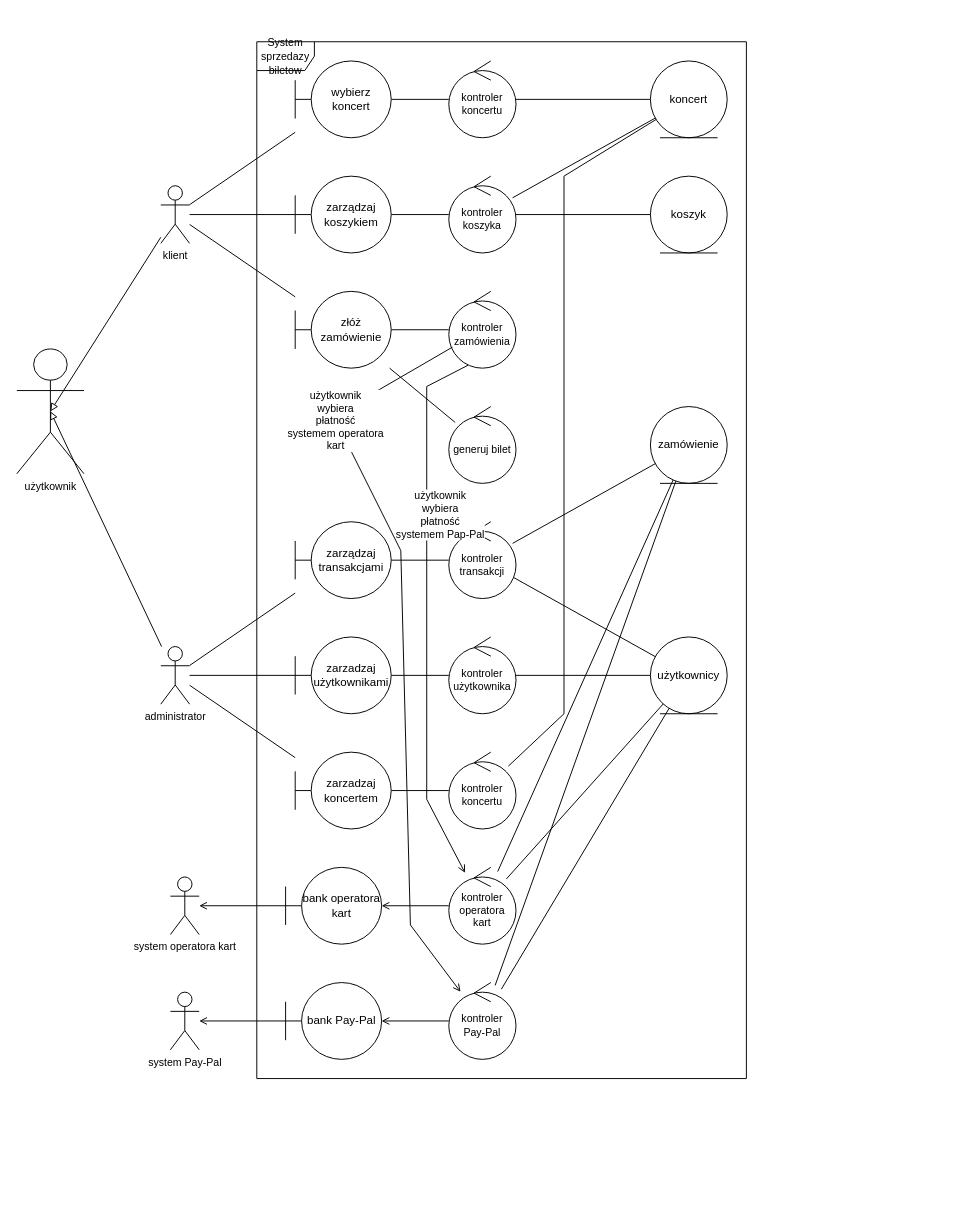
Above: page "poprawny" (2 of 4) of diagram_analityczny.drawio in imgres2002/projekt_PSI (draw.io), before the change. Source tidied: cells renumbered, new cells numbered last; positions are measured from the earlier drawing's top-left corner, leaving out a move shared by most shapes. Both pictures are drawn from the tidied source at 96%, with x=0, y=0 at pixel (16, 41).
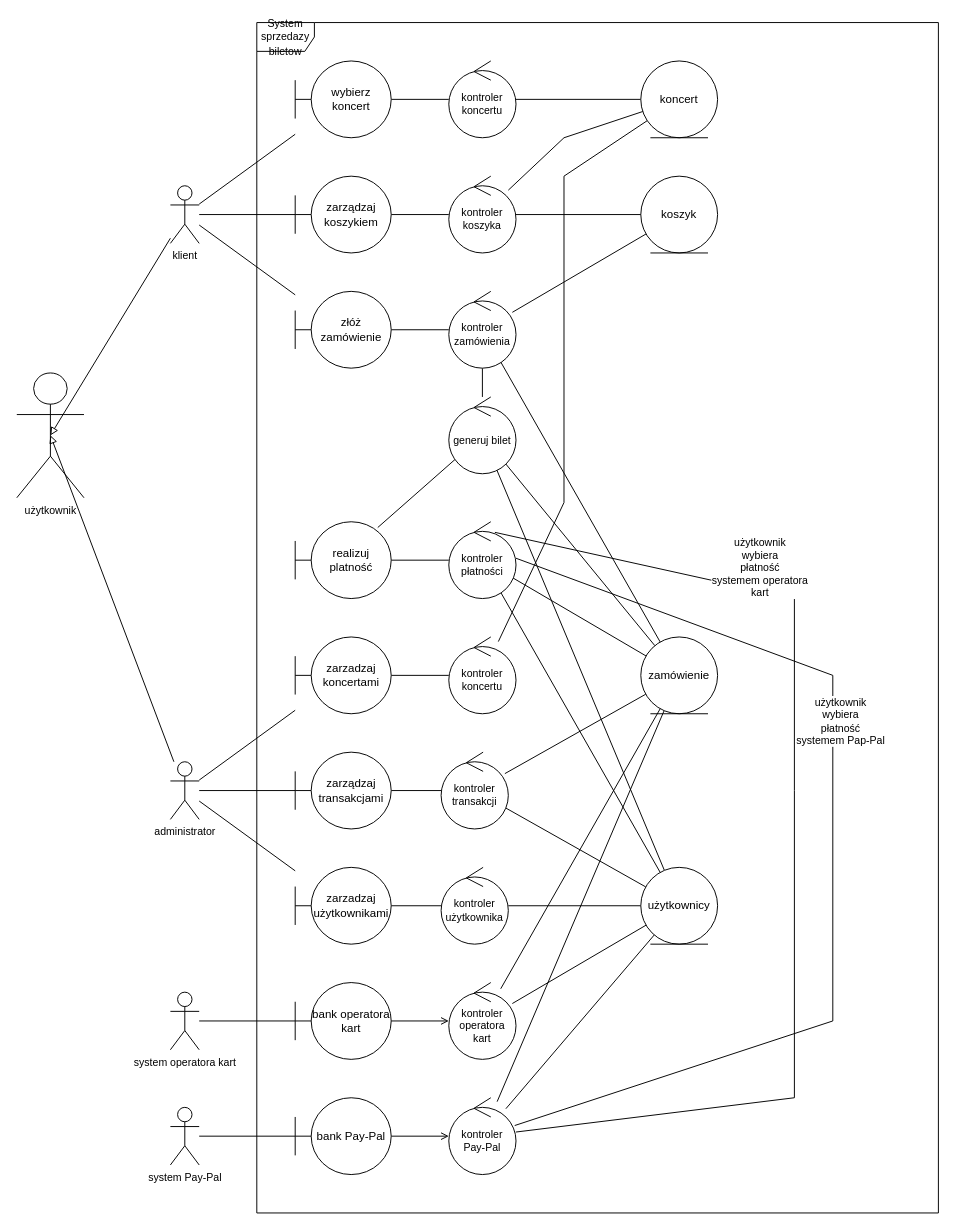
The same diagram, later.

Unchanged cells that the change refers to:
```xml
<mxCell id="14" value="złóż zamówienie" style="shape=umlBoundary;whiteSpace=wrap;html=1;" parent="1" vertex="1">
  <mxGeometry x="290" y="260" width="100" height="80" as="geometry" />
</mxCell>
<mxCell id="15" value="kontroler zamówienia" style="ellipse;shape=umlControl;whiteSpace=wrap;html=1;fontFamily=Helvetica;fontSize=11;fontColor=default;" parent="1" vertex="1">
  <mxGeometry x="450" y="260" width="70" height="80" as="geometry" />
</mxCell>
<mxCell id="30" value="kontroler koszyka" style="ellipse;shape=umlControl;whiteSpace=wrap;html=1;fontFamily=Helvetica;fontSize=11;fontColor=default;" parent="1" vertex="1">
  <mxGeometry x="450" y="140" width="70" height="80" as="geometry" />
</mxCell>
```

What changed in the source:
```diff
@@
     <mxCell id="8" value="klient" style="shape=umlActor;verticalLabelPosition=bottom;verticalAlign=top;html=1;fontFamily=Helvetica;fontSize=11;fontColor=default;" parent="1" vertex="1">
-      <mxGeometry x="150" y="150" width="30" height="60" as="geometry" />
+      <mxGeometry x="160" y="150" width="30" height="60" as="geometry" />
     </mxCell>
@@
     <mxCell id="11" value="koncert" style="ellipse;shape=umlEntity;whiteSpace=wrap;html=1;" parent="1" vertex="1">
-      <mxGeometry x="660" y="20" width="80" height="80" as="geometry" />
+      <mxGeometry x="650" y="20" width="80" height="80" as="geometry" />
     </mxCell>
@@
-    <mxCell id="13" style="rounded=0;jettySize=auto;html=1;endArrow=none;endFill=0;" parent="1" edge="1" source="14" target="19">
-      <mxGeometry relative="1" as="geometry" />
-    </mxCell>
@@
+    <mxCell id="63" style="edgeStyle=none;shape=connector;rounded=0;jettySize=auto;html=1;labelBackgroundColor=default;strokeColor=default;fontFamily=Helvetica;fontSize=11;fontColor=default;endArrow=none;endFill=0;" parent="1" edge="1" source="15" target="20">
+      <mxGeometry relative="1" as="geometry" />
+    </mxCell>
+    <mxCell id="64" style="edgeStyle=none;shape=connector;rounded=0;jettySize=auto;html=1;labelBackgroundColor=default;strokeColor=default;fontFamily=Helvetica;fontSize=11;fontColor=default;endArrow=none;endFill=0;" parent="1" edge="1" source="15" target="19">
+      <mxGeometry relative="1" as="geometry" />
+    </mxCell>
+    <mxCell id="65" style="edgeStyle=none;shape=connector;rounded=0;jettySize=auto;html=1;labelBackgroundColor=default;strokeColor=default;fontFamily=Helvetica;fontSize=11;fontColor=default;endArrow=none;endFill=0;" parent="1" edge="1" source="15" target="21">
+      <mxGeometry relative="1" as="geometry" />
+    </mxCell>
@@
     <mxCell id="18" value="kontroler transakcji" style="ellipse;shape=umlControl;whiteSpace=wrap;html=1;fontFamily=Helvetica;fontSize=11;fontColor=default;" parent="1" vertex="1">
-      <mxGeometry x="450" y="500" width="70" height="80" as="geometry" />
+      <mxGeometry x="442" y="740" width="70" height="80" as="geometry" />
     </mxCell>
+    <mxCell id="66" style="edgeStyle=none;shape=connector;rounded=0;jettySize=auto;html=1;labelBackgroundColor=default;strokeColor=default;fontFamily=Helvetica;fontSize=11;fontColor=default;endArrow=none;endFill=0;" parent="1" edge="1" source="19" target="20">
+      <mxGeometry relative="1" as="geometry" />
+    </mxCell>
+    <mxCell id="67" style="edgeStyle=none;shape=connector;rounded=0;jettySize=auto;html=1;labelBackgroundColor=default;strokeColor=default;fontFamily=Helvetica;fontSize=11;fontColor=default;endArrow=none;endFill=0;entryX=0.86;entryY=0.075;entryDx=0;entryDy=0;entryPerimeter=0;" parent="1" edge="1" source="19" target="70">
+      <mxGeometry relative="1" as="geometry" />
+    </mxCell>
+    <mxCell id="68" style="rounded=0;jettySize=auto;html=1;endArrow=none;endFill=0;" parent="1" edge="1" source="19" target="43">
+      <mxGeometry relative="1" as="geometry" />
+    </mxCell>
     <mxCell id="19" value="generuj bilet" style="ellipse;shape=umlControl;whiteSpace=wrap;html=1;fontFamily=Helvetica;fontSize=11;fontColor=default;" parent="1" vertex="1">
-      <mxGeometry x="450" y="380" width="70" height="80" as="geometry" />
+      <mxGeometry x="450" y="370" width="70" height="80" as="geometry" />
     </mxCell>
     <mxCell id="20" value="zamówienie" style="ellipse;shape=umlEntity;whiteSpace=wrap;html=1;" parent="1" vertex="1">
-      <mxGeometry x="660" y="380" width="80" height="80" as="geometry" />
+      <mxGeometry x="650" y="620" width="80" height="80" as="geometry" />
     </mxCell>
     <mxCell id="21" value="koszyk" style="ellipse;shape=umlEntity;whiteSpace=wrap;html=1;" parent="1" vertex="1">
-      <mxGeometry x="660" y="140" width="80" height="80" as="geometry" />
+      <mxGeometry x="650" y="140" width="80" height="80" as="geometry" />
     </mxCell>
@@
     <mxCell id="25" value="zarzadzaj użytkownikami" style="shape=umlBoundary;whiteSpace=wrap;html=1;" parent="1" vertex="1">
-      <mxGeometry x="290" y="620" width="100" height="80" as="geometry" />
+      <mxGeometry x="290" y="860" width="100" height="80" as="geometry" />
     </mxCell>
@@
-    <mxCell id="27" value="zarzadzaj koncertem" style="shape=umlBoundary;whiteSpace=wrap;html=1;" parent="1" vertex="1">
-      <mxGeometry x="290" y="740" width="100" height="80" as="geometry" />
+    <mxCell id="27" value="zarzadzaj koncertami" style="shape=umlBoundary;whiteSpace=wrap;html=1;" parent="1" vertex="1">
+      <mxGeometry x="290" y="620" width="100" height="80" as="geometry" />
     </mxCell>
@@
-    <mxCell id="29" style="rounded=0;jettySize=auto;html=1;endArrow=none;endFill=0;" parent="1" edge="1" source="30" target="11">
-      <mxGeometry relative="1" as="geometry" />
+    <mxCell id="29" style="edgeStyle=none;shape=connector;rounded=0;jettySize=auto;html=1;labelBackgroundColor=default;strokeColor=default;fontFamily=Helvetica;fontSize=11;fontColor=default;endArrow=none;endFill=0;" parent="1" edge="1" source="30" target="11">
+      <mxGeometry relative="1" as="geometry">
+        <Array as="points">
+          <mxPoint x="570" y="100" />
+        </Array>
+      </mxGeometry>
     </mxCell>
@@
     <mxCell id="32" value="zarządzaj transakcjami" style="shape=umlBoundary;whiteSpace=wrap;html=1;" parent="1" vertex="1">
-      <mxGeometry x="290" y="500" width="100" height="80" as="geometry" />
+      <mxGeometry x="290" y="740" width="100" height="80" as="geometry" />
     </mxCell>
@@
     <mxCell id="34" value="kontroler użytkownika" style="ellipse;shape=umlControl;whiteSpace=wrap;html=1;fontFamily=Helvetica;fontSize=11;fontColor=default;" parent="1" vertex="1">
-      <mxGeometry x="450" y="620" width="70" height="80" as="geometry" />
+      <mxGeometry x="442" y="860" width="70" height="80" as="geometry" />
     </mxCell>
     <mxCell id="35" style="edgeStyle=none;shape=connector;rounded=0;jettySize=auto;html=1;labelBackgroundColor=default;strokeColor=default;fontFamily=Helvetica;fontSize=11;fontColor=default;endArrow=none;endFill=0;" parent="1" edge="1" source="36" target="11">
       <mxGeometry relative="1" as="geometry">
         <Array as="points">
-          <mxPoint x="570" y="700" />
+          <mxPoint x="570" y="480" />
           <mxPoint x="570" y="140" />
         </Array>
       </mxGeometry>
     </mxCell>
     <mxCell id="36" value="kontroler koncertu" style="ellipse;shape=umlControl;whiteSpace=wrap;html=1;fontFamily=Helvetica;fontSize=11;fontColor=default;" parent="1" vertex="1">
-      <mxGeometry x="450" y="740" width="70" height="80" as="geometry" />
+      <mxGeometry x="450" y="620" width="70" height="80" as="geometry" />
     </mxCell>
     <mxCell id="37" value="użytkownik" style="shape=umlActor;verticalLabelPosition=bottom;verticalAlign=top;html=1;outlineConnect=0;fontFamily=Helvetica;fontSize=11;fontColor=default;" parent="1" vertex="1">
-      <mxGeometry y="320" width="70" height="130" as="geometry" />
+      <mxGeometry y="345" width="70" height="130" as="geometry" />
     </mxCell>
@@
     <mxCell id="42" value="administrator" style="shape=umlActor;verticalLabelPosition=bottom;verticalAlign=top;html=1;outlineConnect=0;fontFamily=Helvetica;fontSize=11;fontColor=default;" parent="1" vertex="1">
-      <mxGeometry x="150" y="630" width="30" height="60" as="geometry" />
+      <mxGeometry x="160" y="750" width="30" height="60" as="geometry" />
     </mxCell>
     <mxCell id="43" value="użytkownicy" style="ellipse;shape=umlEntity;whiteSpace=wrap;html=1;" parent="1" vertex="1">
-      <mxGeometry x="660" y="620" width="80" height="80" as="geometry" />
+      <mxGeometry x="650" y="860" width="80" height="80" as="geometry" />
     </mxCell>
     <mxCell id="44" value="&lt;font style=&quot;font-size: 11px;&quot;&gt;System sprzedazy biletow&lt;/font&gt;" style="shape=umlFrame;whiteSpace=wrap;html=1;" parent="1" vertex="1">
-      <mxGeometry x="250" width="510" height="1080" as="geometry" />
+      <mxGeometry x="250" y="-20" width="710" height="1240" as="geometry" />
     </mxCell>
-    <mxCell id="45" style="edgeStyle=none;shape=connector;rounded=0;jettySize=auto;html=1;labelBackgroundColor=default;strokeColor=default;fontFamily=Helvetica;fontSize=11;fontColor=default;endArrow=none;endFill=0;startArrow=open;startFill=0;" parent="1" edge="1" source="46" target="50">
+    <mxCell id="45" style="edgeStyle=none;shape=connector;rounded=0;jettySize=auto;html=1;labelBackgroundColor=default;strokeColor=default;fontFamily=Helvetica;fontSize=11;fontColor=default;endArrow=none;endFill=0;startArrow=none;startFill=0;" parent="1" edge="1" source="46" target="50">
       <mxGeometry relative="1" as="geometry" />
     </mxCell>
     <mxCell id="46" value="system operatora kart" style="shape=umlActor;verticalLabelPosition=bottom;verticalAlign=top;html=1;outlineConnect=0;fontFamily=Helvetica;fontSize=11;fontColor=default;" parent="1" vertex="1">
-      <mxGeometry x="160" y="870" width="30" height="60" as="geometry" />
+      <mxGeometry x="160" y="990" width="30" height="60" as="geometry" />
     </mxCell>
-    <mxCell id="47" style="edgeStyle=none;shape=connector;rounded=0;jettySize=auto;html=1;labelBackgroundColor=default;strokeColor=default;fontFamily=Helvetica;fontSize=11;fontColor=default;endArrow=none;endFill=0;startArrow=open;startFill=0;" parent="1" edge="1" source="48" target="52">
+    <mxCell id="47" style="edgeStyle=none;shape=connector;rounded=0;jettySize=auto;html=1;labelBackgroundColor=default;strokeColor=default;fontFamily=Helvetica;fontSize=11;fontColor=default;endArrow=none;endFill=0;startArrow=none;startFill=0;" parent="1" edge="1" source="48" target="52">
       <mxGeometry relative="1" as="geometry" />
     </mxCell>
     <mxCell id="48" value="system Pay-Pal" style="shape=umlActor;verticalLabelPosition=bottom;verticalAlign=top;html=1;outlineConnect=0;fontFamily=Helvetica;fontSize=11;fontColor=default;" parent="1" vertex="1">
-      <mxGeometry x="160" y="990" width="30" height="60" as="geometry" />
+      <mxGeometry x="160" y="1110" width="30" height="60" as="geometry" />
     </mxCell>
-    <mxCell id="49" style="edgeStyle=none;shape=connector;rounded=0;jettySize=auto;html=1;labelBackgroundColor=default;strokeColor=default;fontFamily=Helvetica;fontSize=11;fontColor=default;endArrow=none;endFill=0;startArrow=open;startFill=0;" parent="1" edge="1" source="50" target="57">
+    <mxCell id="49" style="edgeStyle=none;shape=connector;rounded=0;jettySize=auto;html=1;labelBackgroundColor=default;strokeColor=default;fontFamily=Helvetica;fontSize=11;fontColor=default;endArrow=open;endFill=0;startArrow=none;startFill=0;" parent="1" edge="1" source="50" target="57">
       <mxGeometry relative="1" as="geometry" />
     </mxCell>
     <mxCell id="50" value="bank operatora kart" style="shape=umlBoundary;whiteSpace=wrap;html=1;" parent="1" vertex="1">
-      <mxGeometry x="280" y="860" width="100" height="80" as="geometry" />
+      <mxGeometry x="290" y="980" width="100" height="80" as="geometry" />
     </mxCell>
-    <mxCell id="51" style="edgeStyle=none;shape=connector;rounded=0;jettySize=auto;html=1;labelBackgroundColor=default;strokeColor=default;fontFamily=Helvetica;fontSize=11;fontColor=default;endArrow=none;endFill=0;startArrow=open;startFill=0;" parent="1" edge="1" source="52" target="62">
+    <mxCell id="51" style="edgeStyle=none;shape=connector;rounded=0;jettySize=auto;html=1;labelBackgroundColor=default;strokeColor=default;fontFamily=Helvetica;fontSize=11;fontColor=default;endArrow=open;endFill=0;startArrow=none;startFill=0;" parent="1" edge="1" source="52" target="62">
       <mxGeometry relative="1" as="geometry" />
     </mxCell>
     <mxCell id="52" value="bank Pay-Pal" style="shape=umlBoundary;whiteSpace=wrap;html=1;" parent="1" vertex="1">
-      <mxGeometry x="280" y="980" width="100" height="80" as="geometry" />
+      <mxGeometry x="290" y="1100" width="100" height="80" as="geometry" />
     </mxCell>
@@
-    <mxCell id="55" style="edgeStyle=none;shape=connector;rounded=0;jettySize=auto;html=1;labelBackgroundColor=default;strokeColor=default;fontFamily=Helvetica;fontSize=11;fontColor=default;endArrow=none;endFill=0;startArrow=open;startFill=0;entryX=0.286;entryY=0.962;entryDx=0;entryDy=0;entryPerimeter=0;" parent="1" edge="1" source="57" target="15">
+    <mxCell id="55" style="edgeStyle=none;shape=connector;rounded=0;jettySize=auto;html=1;labelBackgroundColor=default;strokeColor=default;fontFamily=Helvetica;fontSize=11;fontColor=default;endArrow=none;endFill=0;startArrow=none;startFill=0;entryX=0.857;entryY=0.225;entryDx=0;entryDy=0;entryPerimeter=0;" parent="1" edge="1" source="62">
       <mxGeometry relative="1" as="geometry">
+        <mxPoint x="520" y="538" as="targetPoint" />
         <Array as="points">
-          <mxPoint x="427" y="789.1" />
-          <mxPoint x="427" y="359.1" />
+          <mxPoint x="850" y="1020" />
+          <mxPoint x="850" y="660" />
         </Array>
       </mxGeometry>
     </mxCell>
     <mxCell id="56" value="użytkownik&lt;br&gt;wybiera&lt;br&gt;płatność&lt;br&gt;systemem Pap-Pal" style="edgeLabel;html=1;align=center;verticalAlign=middle;fontSize=11;fontFamily=Helvetica;fontColor=default;" parent="55" vertex="1">
       <mxGeometry x="0.45" relative="1" as="geometry">
-        <mxPoint x="13" y="26" as="offset" />
+        <mxPoint x="64" y="68" as="offset" />
       </mxGeometry>
     </mxCell>
     <mxCell id="57" value="kontroler operatora kart" style="ellipse;shape=umlControl;whiteSpace=wrap;html=1;fontFamily=Helvetica;fontSize=11;fontColor=default;" parent="1" vertex="1">
-      <mxGeometry x="450" y="860" width="70" height="80" as="geometry" />
+      <mxGeometry x="450" y="980" width="70" height="80" as="geometry" />
     </mxCell>
@@
-    <mxCell id="60" style="edgeStyle=none;shape=connector;rounded=0;jettySize=auto;html=1;labelBackgroundColor=default;strokeColor=default;fontFamily=Helvetica;fontSize=11;fontColor=default;endArrow=none;endFill=0;startArrow=open;startFill=0;" parent="1" edge="1" source="62" target="15">
+    <mxCell id="60" style="edgeStyle=none;shape=connector;rounded=0;jettySize=auto;html=1;labelBackgroundColor=default;strokeColor=default;fontFamily=Helvetica;fontSize=11;fontColor=default;endArrow=none;endFill=0;startArrow=none;startFill=0;entryX=0.686;entryY=0.138;entryDx=0;entryDy=0;entryPerimeter=0;" parent="1" edge="1" source="62" target="73">
       <mxGeometry relative="1" as="geometry">
         <Array as="points">
-          <mxPoint x="410" y="920" />
-          <mxPoint x="400" y="530" />
-          <mxPoint x="330" y="390" />
+          <mxPoint x="810" y="1100" />
+          <mxPoint x="810" y="780" />
+          <mxPoint x="810" y="580" />
         </Array>
       </mxGeometry>
     </mxCell>
     <mxCell id="61" value="użytkownik&lt;br&gt;wybiera&lt;br&gt;płatność&lt;br&gt;systemem operatora&lt;br&gt;kart" style="edgeLabel;html=1;align=center;verticalAlign=middle;fontSize=11;fontFamily=Helvetica;fontColor=default;" parent="60" vertex="1">
-      <mxGeometry x="0.62" y="1" relative="1" as="geometry" />
+      <mxGeometry x="0.62" y="1" relative="1" as="geometry">
+        <mxPoint x="66" y="-11" as="offset" />
+      </mxGeometry>
     </mxCell>
     <mxCell id="62" value="kontroler Pay-Pal" style="ellipse;shape=umlControl;whiteSpace=wrap;html=1;fontFamily=Helvetica;fontSize=11;fontColor=default;" parent="1" vertex="1">
-      <mxGeometry x="450" y="980" width="70" height="80" as="geometry" />
+      <mxGeometry x="450" y="1100" width="70" height="80" as="geometry" />
     </mxCell>
+    <mxCell id="69" style="edgeStyle=none;shape=connector;rounded=0;jettySize=auto;html=1;labelBackgroundColor=default;strokeColor=default;fontFamily=Helvetica;fontSize=11;fontColor=default;endArrow=none;endFill=0;" parent="1" edge="1" source="70" target="73">
+      <mxGeometry relative="1" as="geometry" />
+    </mxCell>
+    <mxCell id="70" value="realizuj platność" style="shape=umlBoundary;whiteSpace=wrap;html=1;" parent="1" vertex="1">
+      <mxGeometry x="290" y="500" width="100" height="80" as="geometry" />
+    </mxCell>
+    <mxCell id="71" style="edgeStyle=none;shape=connector;rounded=0;jettySize=auto;html=1;labelBackgroundColor=default;strokeColor=default;fontFamily=Helvetica;fontSize=11;fontColor=default;endArrow=none;endFill=0;" parent="1" edge="1" source="73" target="20">
+      <mxGeometry relative="1" as="geometry" />
+    </mxCell>
+    <mxCell id="72" style="edgeStyle=none;shape=connector;rounded=0;jettySize=auto;html=1;labelBackgroundColor=default;strokeColor=default;fontFamily=Helvetica;fontSize=11;fontColor=default;endArrow=none;endFill=0;" parent="1" edge="1" source="73" target="43">
+      <mxGeometry relative="1" as="geometry" />
+    </mxCell>
+    <mxCell id="73" value="kontroler&lt;br&gt;płatności" style="ellipse;shape=umlControl;whiteSpace=wrap;html=1;fontFamily=Helvetica;fontSize=11;fontColor=default;" parent="1" vertex="1">
+      <mxGeometry x="450" y="500" width="70" height="80" as="geometry" />
+    </mxCell>
```
